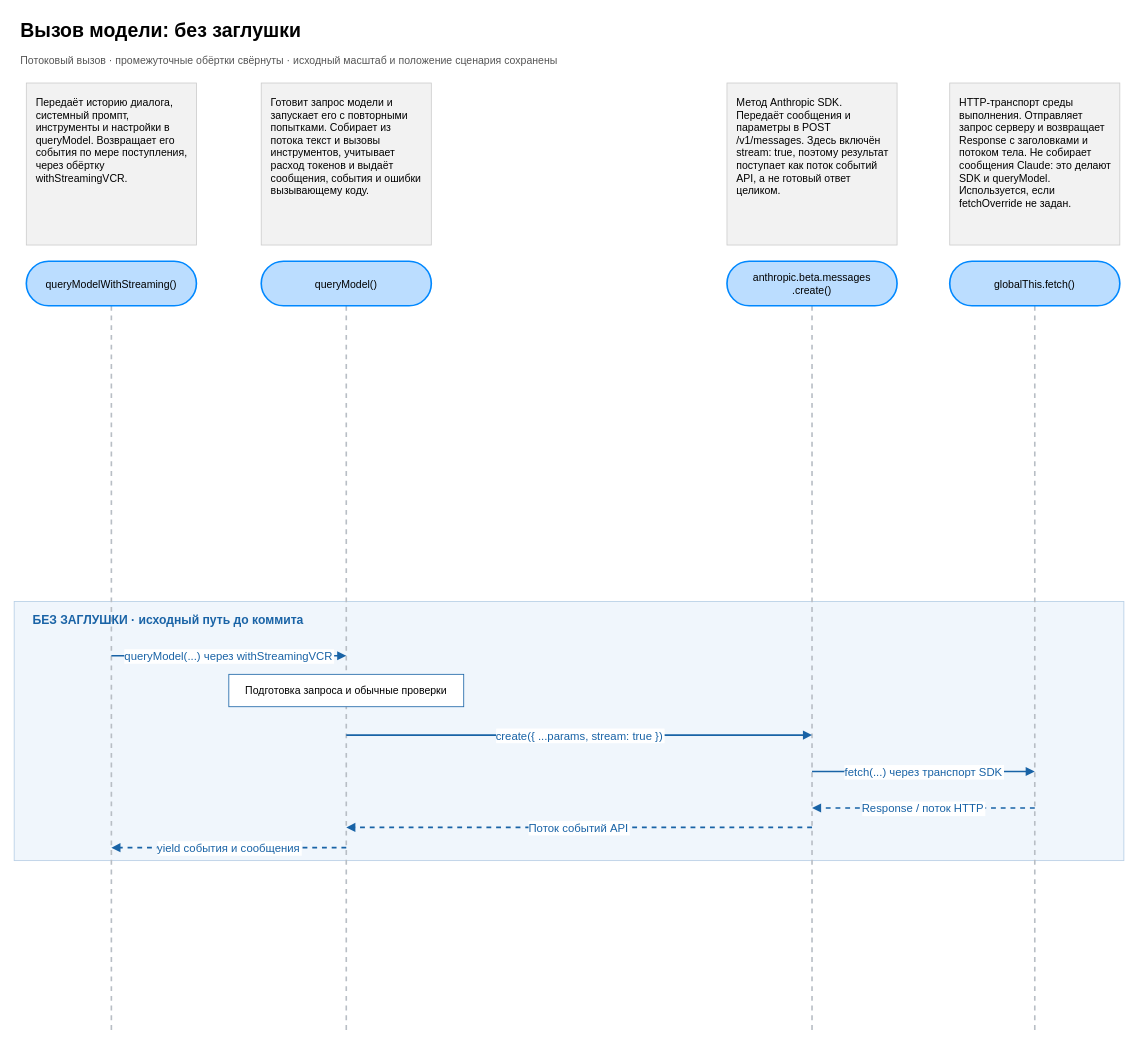
Earlier version of the draw.io diagram graph/draw/model-stub-sequence-without-stub.drawio (a1oleg/graphKoda). Source tidied: cells renumbered, new cells numbered last; positions are measured from the earlier drawing's top-left corner, leaving out a move shared by most shapes. Both pictures are drawn from the tidied source at 81%, with x=0, y=0 at pixel (14, 14).
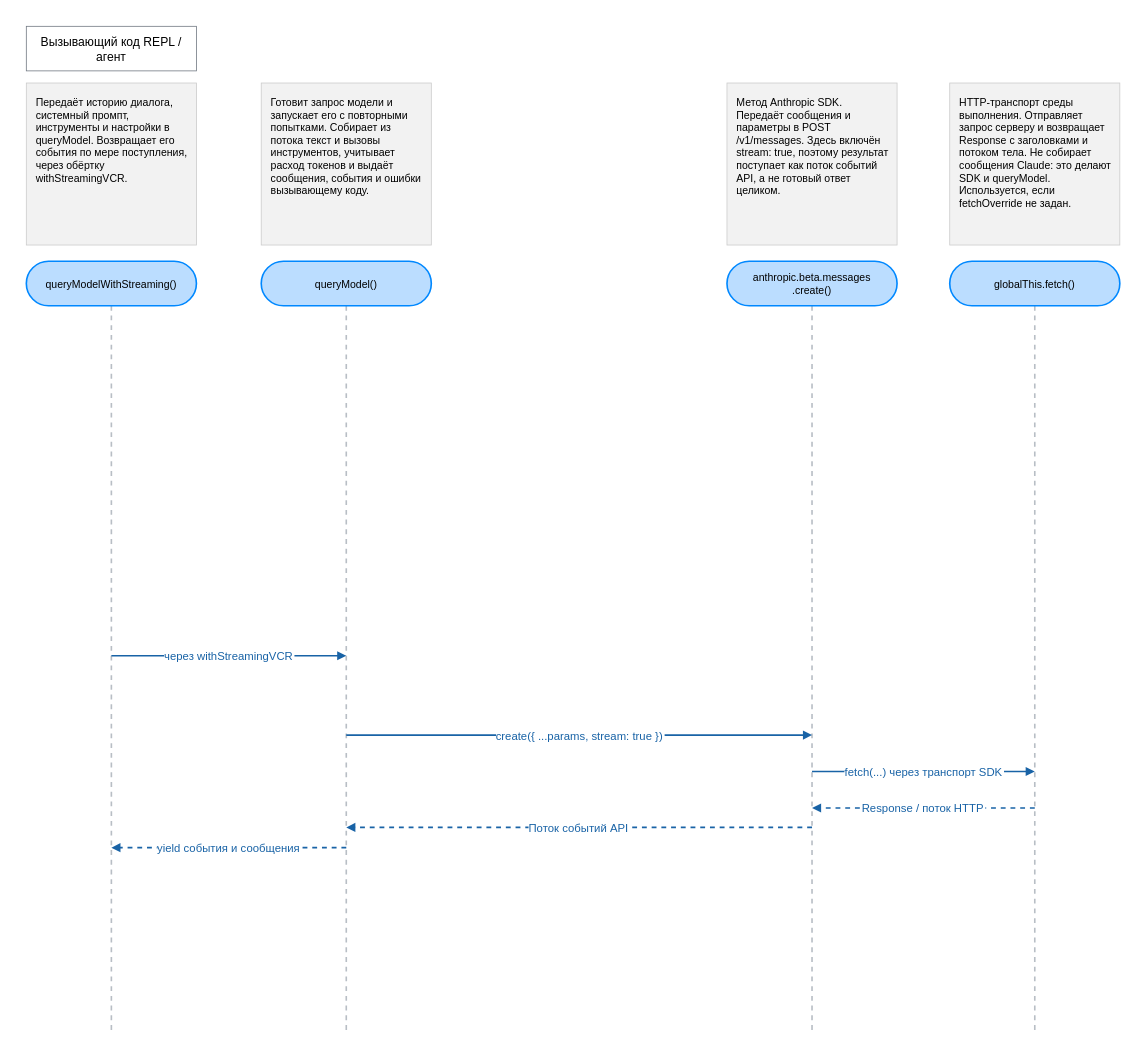
Above is the later version.

The change refers to these unchanged cells:
```xml
<mxCell id="8" value="queryModel()" style="rounded=1;arcSize=50;whiteSpace=wrap;html=0;fillColor=#BBDDFF;strokeColor=#0088FF;strokeWidth=2;fontFamily=Arial;fontSize=13;fontColor=#000000;spacing=8;" parent="1" vertex="1">
  <mxGeometry x="305" y="305" width="210" height="55" as="geometry" />
</mxCell>
<mxCell id="10" value="anthropic.beta.messages&#10;.create()" style="rounded=1;arcSize=50;whiteSpace=wrap;html=0;fillColor=#BBDDFF;strokeColor=#0088FF;strokeWidth=2;fontFamily=Arial;fontSize=13;fontColor=#000000;spacing=8;" parent="1" vertex="1">
  <mxGeometry x="880" y="305" width="210" height="55" as="geometry" />
</mxCell>
<mxCell id="12" value="globalThis.fetch()" style="rounded=1;arcSize=50;whiteSpace=wrap;html=0;fillColor=#BBDDFF;strokeColor=#0088FF;strokeWidth=2;fontFamily=Arial;fontSize=13;fontColor=#000000;spacing=8;" parent="1" vertex="1">
  <mxGeometry x="1155" y="305" width="210" height="55" as="geometry" />
</mxCell>
```

Diff of the diagram source:
```diff
@@
-    <mxCell id="2" value="Вызов модели: без заглушки" style="html=0;whiteSpace=wrap;fontFamily=Arial;fontSize=15;spacing=8;strokeColor=none;fillColor=none;align=left;fontSize=24;fontStyle=1;" parent="1" vertex="1">
-      <mxGeometry width="1260" height="42" as="geometry" />
-    </mxCell>
-    <mxCell id="3" value="Потоковый вызов · промежуточные обёртки свёрнуты · исходный масштаб и положение сценария сохранены" style="html=0;whiteSpace=wrap;fontFamily=Arial;fontSize=15;spacing=8;strokeColor=none;fillColor=none;align=left;fontSize=13;fontColor=#555555;" parent="1" vertex="1">
-      <mxGeometry y="43" width="1260" height="28" as="geometry" />
-    </mxCell>
-    <mxCell id="4" style="html=0;whiteSpace=wrap;fontFamily=Arial;fontSize=15;spacing=8;fillColor=#f0f6fc;strokeColor=#b6cee5;" parent="1" vertex="1">
-      <mxGeometry y="725" width="1370" height="320" as="geometry" />
-    </mxCell>
@@
-    <mxCell id="7" style="html=0;fontFamily=Arial;fontSize=14;fontColor=#b8bec5;strokeColor=#b8bec5;strokeWidth=2;endArrow=none;endFill=1;dashed=1;labelBackgroundColor=#ffffff;" parent="1" edge="1">
+    <mxCell id="7" style="html=0;fontFamily=Arial;fontSize=14;fontColor=#b8bec5;strokeColor=#b8bec5;strokeWidth=2;endArrow=none;endFill=1;dashed=1;labelBackgroundColor=#ffffff;exitX=0.5;exitY=1;exitDx=0;exitDy=0;" parent="1" edge="1" source="8">
       <mxGeometry relative="1" as="geometry">
-        <mxPoint x="410" y="360" as="sourcePoint" />
         <mxPoint x="410" y="1260" as="targetPoint" />
       </mxGeometry>
     </mxCell>
@@
-    <mxCell id="9" style="html=0;fontFamily=Arial;fontSize=14;fontColor=#b8bec5;strokeColor=#b8bec5;strokeWidth=2;endArrow=none;endFill=1;dashed=1;labelBackgroundColor=#ffffff;" parent="1" edge="1">
+    <mxCell id="9" style="html=0;fontFamily=Arial;fontSize=14;fontColor=#b8bec5;strokeColor=#b8bec5;strokeWidth=2;endArrow=none;endFill=1;dashed=1;labelBackgroundColor=#ffffff;exitX=0.5;exitY=1;exitDx=0;exitDy=0;" parent="1" edge="1" source="10">
       <mxGeometry relative="1" as="geometry">
-        <mxPoint x="985" y="360" as="sourcePoint" />
         <mxPoint x="985" y="1260" as="targetPoint" />
       </mxGeometry>
     </mxCell>
@@
-    <mxCell id="11" style="html=0;fontFamily=Arial;fontSize=14;fontColor=#b8bec5;strokeColor=#b8bec5;strokeWidth=2;endArrow=none;endFill=1;dashed=1;labelBackgroundColor=#ffffff;" parent="1" edge="1">
+    <mxCell id="11" style="html=0;fontFamily=Arial;fontSize=14;fontColor=#b8bec5;strokeColor=#b8bec5;strokeWidth=2;endArrow=none;endFill=1;dashed=1;labelBackgroundColor=#ffffff;exitX=0.5;exitY=1;exitDx=0;exitDy=0;" parent="1" edge="1" source="12">
       <mxGeometry relative="1" as="geometry">
-        <mxPoint x="1260" y="360" as="sourcePoint" />
         <mxPoint x="1260" y="1260" as="targetPoint" />
       </mxGeometry>
     </mxCell>
@@
-    <mxCell id="13" value="БЕЗ ЗАГЛУШКИ · исходный путь до коммита" style="html=0;whiteSpace=wrap;fontFamily=Arial;fontSize=15;spacing=8;strokeColor=none;fillColor=none;align=left;fontColor=#1963a6;fontStyle=1;" parent="1" vertex="1">
-      <mxGeometry x="15" y="732" width="900" height="30" as="geometry" />
-    </mxCell>
-    <mxCell id="14" value="queryModel(...) через withStreamingVCR" style="html=0;fontFamily=Arial;fontSize=14;fontColor=#1963a6;strokeColor=#1963a6;strokeWidth=2;endArrow=block;endFill=1;dashed=0;labelBackgroundColor=#ffffff;" parent="1" edge="1">
+    <mxCell id="14" value="через withStreamingVCR" style="html=0;fontFamily=Arial;fontSize=14;fontColor=#1963a6;strokeColor=#1963a6;strokeWidth=2;endArrow=block;endFill=1;dashed=0;labelBackgroundColor=#ffffff;" parent="1" edge="1">
       <mxGeometry relative="1" as="geometry">
         <mxPoint x="120" y="792" as="sourcePoint" />
         <mxPoint x="410" y="792" as="targetPoint" />
       </mxGeometry>
     </mxCell>
-    <mxCell id="15" value="Подготовка запроса и обычные проверки" style="html=0;whiteSpace=wrap;fontFamily=Arial;fontSize=15;spacing=8;fillColor=#ffffff;strokeColor=#1963a6;fontSize=13;fontColor=light-dark(#000000,#000000);" parent="1" vertex="1">
-      <mxGeometry x="265" y="815" width="290" height="40" as="geometry" />
-    </mxCell>
@@
+    <mxCell id="25" value="Вызывающий код REPL / агент" style="html=0;whiteSpace=wrap;fontFamily=Arial;fontSize=15;spacing=8;fillColor=#ffffff;strokeColor=#737b84;fontColor=light-dark(#000000,#000000);" parent="1" vertex="1">
+      <mxGeometry x="15" y="15" width="210" height="55" as="geometry" />
+    </mxCell>
```
